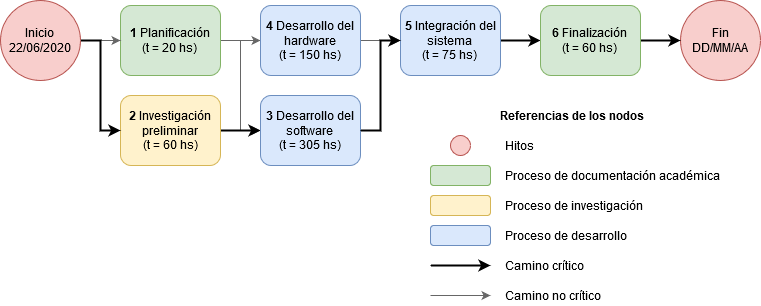
nahueespinosa/plantilla-planificacion keeps this draw.io diagram as Figuras/activity_on_node.png. Above is the earlier version. Source tidied: cells renumbered, new cells last; positions are measured from the earlier drawing's top-left corner, leaving out a move shared by most shapes. Its diagram source:
```xml
<mxGraphModel>
  <root>
    <mxCell id="0" />
    <mxCell id="1" parent="0" />
    <mxCell id="2" style="edgeStyle=orthogonalEdgeStyle;rounded=0;jettySize=auto;html=1;exitX=1;exitY=0.5;exitDx=0;exitDy=0;entryX=0;entryY=0.5;entryDx=0;entryDy=0;fontSize=11;fillColor=#f5f5f5;strokeColor=#666666;" parent="1" edge="1" source="3" target="24">
      <mxGeometry relative="1" as="geometry">
        <Array as="points">
          <mxPoint x="240" y="40" />
          <mxPoint x="240" y="130" />
        </Array>
      </mxGeometry>
    </mxCell>
    <mxCell id="3" value="&lt;div style=&quot;font-size: 12px;&quot;&gt;&lt;b style=&quot;font-size: 12px;&quot;&gt;1&lt;/b&gt; Planificación&lt;br style=&quot;font-size: 12px;&quot;&gt;&lt;/div&gt;&lt;div style=&quot;font-size: 12px;&quot;&gt;(t = 20 hs)&lt;/div&gt;" style="whiteSpace=wrap;html=1;rounded=1;fillColor=#d5e8d4;strokeColor=#82b366;fontSize=12;" parent="1" vertex="1">
      <mxGeometry x="120" y="5" width="100" height="70" as="geometry" />
    </mxCell>
    <mxCell id="4" style="edgeStyle=orthogonalEdgeStyle;rounded=0;jettySize=auto;html=1;entryX=0;entryY=0.5;entryDx=0;entryDy=0;fontSize=11;fillColor=#f5f5f5;strokeColor=#666666;" parent="1" edge="1" target="26">
      <mxGeometry relative="1" as="geometry">
        <mxPoint x="220" y="130" as="sourcePoint" />
        <Array as="points">
          <mxPoint x="240" y="130" />
          <mxPoint x="240" y="40" />
        </Array>
      </mxGeometry>
    </mxCell>
    <mxCell id="5" style="edgeStyle=orthogonalEdgeStyle;curved=1;rounded=0;jettySize=auto;html=1;exitX=1;exitY=0.5;exitDx=0;exitDy=0;fontSize=11;strokeWidth=2;" parent="1" edge="1" source="6">
      <mxGeometry relative="1" as="geometry">
        <mxPoint x="260" y="130" as="targetPoint" />
      </mxGeometry>
    </mxCell>
    <mxCell id="6" value="&lt;div style=&quot;font-size: 12px;&quot;&gt;&lt;b style=&quot;font-size: 12px;&quot;&gt;2&lt;/b&gt; Investigación preliminar&lt;/div&gt;&lt;div style=&quot;font-size: 12px;&quot;&gt;(t = 60 hs)&lt;/div&gt;" style="whiteSpace=wrap;html=1;rounded=1;fillColor=#fff2cc;strokeColor=#d6b656;fontSize=12;" parent="1" vertex="1">
      <mxGeometry x="120" y="95" width="100" height="70" as="geometry" />
    </mxCell>
    <mxCell id="7" style="edgeStyle=orthogonalEdgeStyle;rounded=0;jettySize=auto;html=1;exitX=1;exitY=0.5;exitDx=0;exitDy=0;entryX=0;entryY=0.5;entryDx=0;entryDy=0;fontSize=11;fillColor=#f5f5f5;strokeColor=#666666;" parent="1" edge="1" source="9" target="3">
      <mxGeometry relative="1" as="geometry" />
    </mxCell>
    <mxCell id="8" style="edgeStyle=orthogonalEdgeStyle;rounded=0;jettySize=auto;html=1;exitX=1;exitY=0.5;exitDx=0;exitDy=0;entryX=0;entryY=0.5;entryDx=0;entryDy=0;fontSize=11;strokeWidth=2;" parent="1" edge="1" source="9" target="6">
      <mxGeometry relative="1" as="geometry" />
    </mxCell>
    <mxCell id="9" value="&lt;div&gt;Inicio&lt;/div&gt;&lt;div&gt;22/06/2020&lt;br&gt;&lt;/div&gt;" style="ellipse;whiteSpace=wrap;html=1;rounded=1;fillColor=#f8cecc;strokeColor=#b85450;" parent="1" vertex="1">
      <mxGeometry width="80" height="80" as="geometry" />
    </mxCell>
    <mxCell id="10" value="&lt;div&gt;Fin&lt;/div&gt;DD/MM/AA" style="ellipse;whiteSpace=wrap;html=1;rounded=1;fillColor=#f8cecc;strokeColor=#b85450;" parent="1" vertex="1">
      <mxGeometry x="680" width="80" height="80" as="geometry" />
    </mxCell>
    <mxCell id="11" style="endArrow=classic;html=1;strokeWidth=2;" parent="1" edge="1">
      <mxGeometry relative="1" as="geometry">
        <mxPoint x="430" y="265" as="sourcePoint" />
        <mxPoint x="490" y="265" as="targetPoint" />
      </mxGeometry>
    </mxCell>
    <mxCell id="12" style="rounded=1;whiteSpace=wrap;html=1;fillColor=#dae8fc;strokeColor=#6c8ebf;" parent="1" vertex="1">
      <mxGeometry x="430" y="225" width="60" height="20" as="geometry" />
    </mxCell>
    <mxCell id="13" style="rounded=1;whiteSpace=wrap;html=1;fillColor=#fff2cc;strokeColor=#d6b656;" parent="1" vertex="1">
      <mxGeometry x="430" y="195" width="60" height="20" as="geometry" />
    </mxCell>
    <mxCell id="14" style="rounded=1;whiteSpace=wrap;html=1;fillColor=#d5e8d4;strokeColor=#82b366;" parent="1" vertex="1">
      <mxGeometry x="430" y="165" width="60" height="20" as="geometry" />
    </mxCell>
    <mxCell id="15" style="ellipse;whiteSpace=wrap;html=1;rounded=1;fillColor=#f8cecc;strokeColor=#b85450;" parent="1" vertex="1">
      <mxGeometry x="450" y="135" width="20" height="20" as="geometry" />
    </mxCell>
    <mxCell id="16" value="Hitos" style="text;html=1;strokeColor=none;fillColor=none;align=left;verticalAlign=middle;whiteSpace=wrap;rounded=0;" parent="1" vertex="1">
      <mxGeometry x="503" y="135" width="40" height="20" as="geometry" />
    </mxCell>
    <mxCell id="17" value="Proceso de documentación académica" style="text;html=1;strokeColor=none;fillColor=none;align=left;verticalAlign=middle;whiteSpace=wrap;rounded=0;" parent="1" vertex="1">
      <mxGeometry x="503" y="165" width="220" height="20" as="geometry" />
    </mxCell>
    <mxCell id="18" value="Proceso de investigación" style="text;html=1;strokeColor=none;fillColor=none;align=left;verticalAlign=middle;whiteSpace=wrap;rounded=0;" parent="1" vertex="1">
      <mxGeometry x="503" y="195" width="220" height="20" as="geometry" />
    </mxCell>
    <mxCell id="19" value="Proceso de desarrollo" style="text;html=1;strokeColor=none;fillColor=none;align=left;verticalAlign=middle;whiteSpace=wrap;rounded=0;" parent="1" vertex="1">
      <mxGeometry x="503" y="225" width="220" height="20" as="geometry" />
    </mxCell>
    <mxCell id="20" value="Camino crítico" style="text;html=1;strokeColor=none;fillColor=none;align=left;verticalAlign=middle;whiteSpace=wrap;rounded=0;" parent="1" vertex="1">
      <mxGeometry x="503" y="255" width="220" height="20" as="geometry" />
    </mxCell>
    <mxCell id="21" value="Referencias de los nodos" style="text;html=1;strokeColor=none;fillColor=none;align=center;verticalAlign=middle;whiteSpace=wrap;rounded=0;fontStyle=1;" parent="1" vertex="1">
      <mxGeometry x="493" y="105" width="157" height="20" as="geometry" />
    </mxCell>
    <mxCell id="22" style="endArrow=classic;html=1;fontSize=11;fillColor=#f5f5f5;strokeColor=#666666;" parent="1" edge="1">
      <mxGeometry relative="1" as="geometry">
        <mxPoint x="430" y="295" as="sourcePoint" />
        <mxPoint x="490" y="295" as="targetPoint" />
      </mxGeometry>
    </mxCell>
    <mxCell id="23" value="Camino no crítico" style="text;html=1;strokeColor=none;fillColor=none;align=left;verticalAlign=middle;whiteSpace=wrap;rounded=0;" parent="1" vertex="1">
      <mxGeometry x="503" y="285" width="220" height="20" as="geometry" />
    </mxCell>
    <mxCell id="24" value="&lt;div style=&quot;font-size: 12px;&quot;&gt;&lt;b style=&quot;font-size: 12px;&quot;&gt;3&lt;/b&gt; Desarrollo del software&lt;br style=&quot;font-size: 12px;&quot;&gt;&lt;/div&gt;&lt;div style=&quot;font-size: 12px;&quot;&gt;(t = 305 hs)&lt;br style=&quot;font-size: 12px;&quot;&gt;&lt;/div&gt;" style="whiteSpace=wrap;html=1;rounded=1;fillColor=#dae8fc;strokeColor=#6c8ebf;fontSize=12;" parent="1" vertex="1">
      <mxGeometry x="260" y="95" width="100" height="70" as="geometry" />
    </mxCell>
    <mxCell id="25" style="edgeStyle=orthogonalEdgeStyle;rounded=0;jettySize=auto;html=1;exitX=1;exitY=0.5;exitDx=0;exitDy=0;entryX=0;entryY=0.5;entryDx=0;entryDy=0;fontSize=11;fillColor=#f5f5f5;strokeColor=#666666;" parent="1" edge="1" source="26" target="28">
      <mxGeometry relative="1" as="geometry" />
    </mxCell>
    <mxCell id="26" value="&lt;div style=&quot;font-size: 12px;&quot;&gt;&lt;b style=&quot;font-size: 12px;&quot;&gt;4&lt;/b&gt; Desarrollo del hardware&lt;br style=&quot;font-size: 12px;&quot;&gt;&lt;/div&gt;&lt;div style=&quot;font-size: 12px;&quot;&gt;(t = 150 hs)&lt;br style=&quot;font-size: 12px;&quot;&gt;&lt;/div&gt;" style="whiteSpace=wrap;html=1;rounded=1;fillColor=#dae8fc;strokeColor=#6c8ebf;fontSize=12;" parent="1" vertex="1">
      <mxGeometry x="260" y="5" width="100" height="70" as="geometry" />
    </mxCell>
    <mxCell id="27" style="edgeStyle=orthogonalEdgeStyle;rounded=0;jettySize=auto;html=1;exitX=1;exitY=0.5;exitDx=0;exitDy=0;entryX=0;entryY=0.5;entryDx=0;entryDy=0;fontSize=11;strokeWidth=2;" parent="1" edge="1" source="28" target="30">
      <mxGeometry relative="1" as="geometry">
        <Array as="points">
          <mxPoint x="500" y="40" />
        </Array>
      </mxGeometry>
    </mxCell>
    <mxCell id="28" value="&lt;div style=&quot;font-size: 12px;&quot;&gt;&lt;b style=&quot;font-size: 12px;&quot;&gt;5&lt;/b&gt; Integración del sistema&lt;br style=&quot;font-size: 12px;&quot;&gt;&lt;/div&gt;&lt;div style=&quot;font-size: 12px;&quot;&gt;(t = 75 hs)&lt;br style=&quot;font-size: 12px;&quot;&gt;&lt;/div&gt;" style="whiteSpace=wrap;html=1;rounded=1;fillColor=#dae8fc;strokeColor=#6c8ebf;fontSize=12;" parent="1" vertex="1">
      <mxGeometry x="400" y="5" width="100" height="70" as="geometry" />
    </mxCell>
    <mxCell id="29" style="edgeStyle=orthogonalEdgeStyle;rounded=0;jettySize=auto;html=1;exitX=1;exitY=0.5;exitDx=0;exitDy=0;entryX=0;entryY=0.5;entryDx=0;entryDy=0;fontSize=11;strokeWidth=2;" parent="1" edge="1" source="30" target="10">
      <mxGeometry relative="1" as="geometry" />
    </mxCell>
    <mxCell id="30" value="&lt;div style=&quot;font-size: 12px;&quot;&gt;&lt;b style=&quot;font-size: 12px;&quot;&gt;6&lt;/b&gt; Finalización&lt;br style=&quot;font-size: 12px;&quot;&gt;&lt;/div&gt;&lt;div style=&quot;font-size: 12px;&quot;&gt;(t = 60 hs)&lt;/div&gt;" style="whiteSpace=wrap;html=1;rounded=1;fillColor=#d5e8d4;strokeColor=#82b366;fontSize=12;" parent="1" vertex="1">
      <mxGeometry x="540" y="5" width="100" height="70" as="geometry" />
    </mxCell>
    <mxCell id="31" style="edgeStyle=orthogonalEdgeStyle;rounded=0;orthogonalLoop=1;jettySize=auto;html=1;exitX=1;exitY=0.5;exitDx=0;exitDy=0;entryX=0;entryY=0.5;entryDx=0;entryDy=0;fontSize=11;strokeWidth=2;" parent="1" edge="1">
      <mxGeometry relative="1" as="geometry">
        <mxPoint x="360" y="130" as="sourcePoint" />
        <mxPoint x="400" y="40" as="targetPoint" />
        <Array as="points">
          <mxPoint x="380" y="130" />
          <mxPoint x="380" y="40" />
        </Array>
      </mxGeometry>
    </mxCell>
  </root>
</mxGraphModel>
```
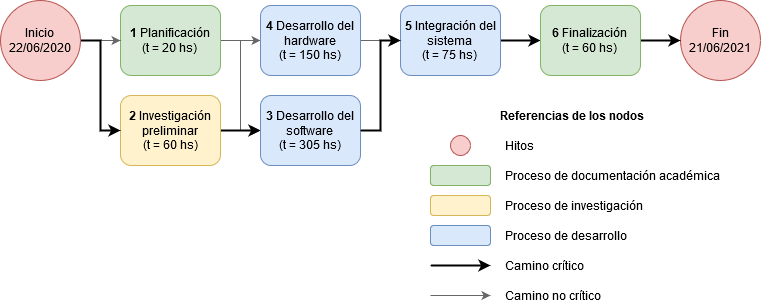
Later version of the same file.

The edit, as a diff of the source:
```diff
@@ -39,7 +39,7 @@
     <mxCell id="9" value="&lt;div&gt;Inicio&lt;/div&gt;&lt;div&gt;22/06/2020&lt;br&gt;&lt;/div&gt;" style="ellipse;whiteSpace=wrap;html=1;rounded=1;fillColor=#f8cecc;strokeColor=#b85450;" parent="1" vertex="1">
       <mxGeometry width="80" height="80" as="geometry" />
     </mxCell>
-    <mxCell id="10" value="&lt;div&gt;Fin&lt;/div&gt;DD/MM/AA" style="ellipse;whiteSpace=wrap;html=1;rounded=1;fillColor=#f8cecc;strokeColor=#b85450;" parent="1" vertex="1">
+    <mxCell id="10" value="&lt;div&gt;Fin&lt;/div&gt;21/06/2021" style="ellipse;whiteSpace=wrap;html=1;rounded=1;fillColor=#f8cecc;strokeColor=#b85450;" parent="1" vertex="1">
       <mxGeometry x="680" width="80" height="80" as="geometry" />
     </mxCell>
     <mxCell id="11" style="endArrow=classic;html=1;strokeWidth=2;" parent="1" edge="1">
```
